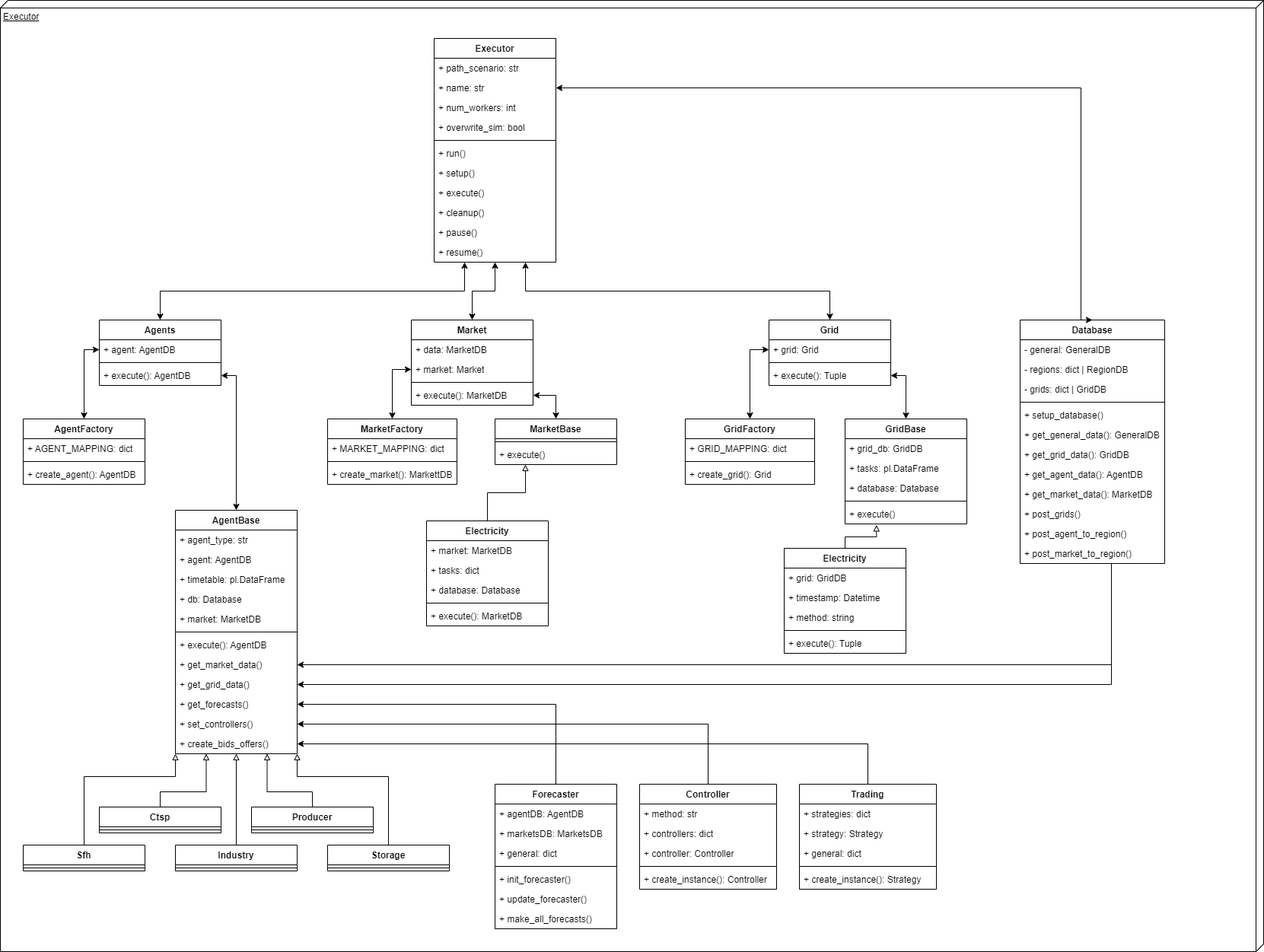
Earlier version of the draw.io export docs/img/Executor.drawio.png (tum-ens/HAMLET). Source tidied: cells renumbered, new cells last; positions are measured from the earlier drawing's top-left corner, leaving out a move shared by most shapes.
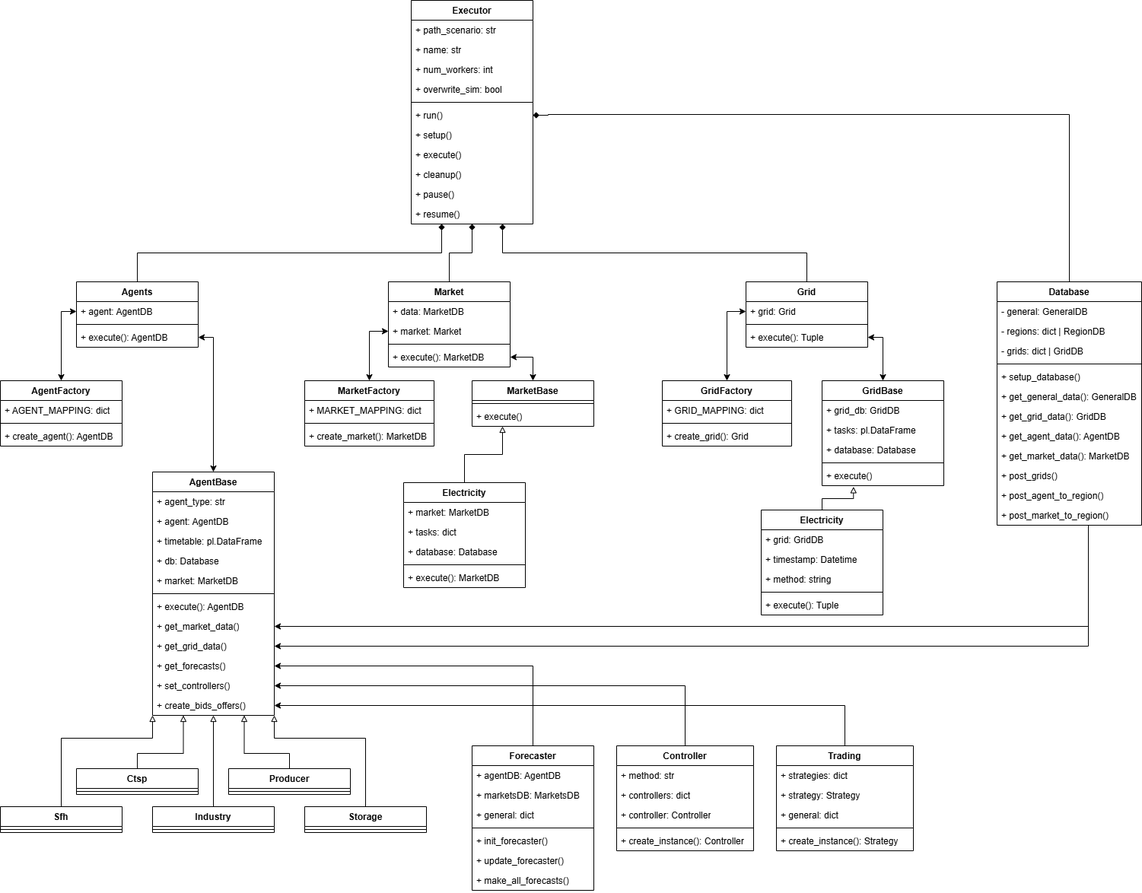
The same diagram one commit later.

Commit message:
Update architecture diagrams

Diff of the diagram source:
```diff
@@ -2,9 +2,6 @@
   <root>
     <mxCell id="0" />
     <mxCell id="1" parent="0" />
-    <mxCell id="2" value="Executor" style="verticalAlign=top;align=left;spacingTop=8;spacingLeft=2;spacingRight=12;shape=cube;size=10;direction=south;fontStyle=4;html=1;whiteSpace=wrap;" parent="1" vertex="1">
-      <mxGeometry width="1660" height="1250" as="geometry" />
-    </mxCell>
     <mxCell id="3" value="Executor" style="swimlane;fontStyle=1;align=center;verticalAlign=top;horizontal=1;startSize=26;whiteSpace=wrap;html=1;" parent="1" vertex="1">
       <mxGeometry x="570" y="50" width="160" height="294" as="geometry" />
     </mxCell>
@@ -119,20 +116,21 @@
     <mxCell id="40" value="+ post_market_to_region()" style="text;strokeColor=none;fillColor=none;align=left;verticalAlign=top;spacingLeft=4;spacingRight=4;overflow=hidden;whiteSpace=wrap;html=1;" parent="28" vertex="1">
       <mxGeometry y="294" width="190" height="26" as="geometry" />
     </mxCell>
-    <mxCell id="41" style="endArrow=classic;startArrow=classic;html=1;rounded=0;exitX=1;exitY=0.5;exitDx=0;exitDy=0;edgeStyle=orthogonalEdgeStyle;entryX=0.5;entryY=0;entryDx=0;entryDy=0;" parent="1" edge="1" source="5" target="28">
+    <mxCell id="41" style="endArrow=none;startArrow=diamond;html=1;rounded=0;exitX=1;exitY=0.5;exitDx=0;exitDy=0;edgeStyle=orthogonalEdgeStyle;startFill=1;" parent="1" edge="1" source="9" target="28">
       <mxGeometry relative="1" as="geometry">
         <Array as="points">
-          <mxPoint x="1420" y="115" />
+          <mxPoint x="750" y="201" />
+          <mxPoint x="1440" y="200" />
         </Array>
       </mxGeometry>
     </mxCell>
-    <mxCell id="42" style="endArrow=classic;startArrow=classic;html=1;rounded=0;entryX=0.25;entryY=1;entryDx=0;entryDy=0;exitX=0.5;exitY=0;exitDx=0;exitDy=0;edgeStyle=orthogonalEdgeStyle;" parent="1" edge="1" source="15" target="3">
+    <mxCell id="42" style="endArrow=diamond;startArrow=none;html=1;rounded=0;entryX=0.25;entryY=1;entryDx=0;entryDy=0;exitX=0.5;exitY=0;exitDx=0;exitDy=0;edgeStyle=orthogonalEdgeStyle;startFill=0;endFill=1;" parent="1" edge="1" source="15" target="3">
       <mxGeometry relative="1" as="geometry" />
     </mxCell>
-    <mxCell id="43" style="endArrow=classic;startArrow=classic;html=1;rounded=0;exitX=0.5;exitY=0;exitDx=0;exitDy=0;entryX=0.5;entryY=1;entryDx=0;entryDy=0;edgeStyle=elbowEdgeStyle;elbow=vertical;" parent="1" edge="1" source="19" target="3">
+    <mxCell id="43" style="endArrow=diamond;startArrow=none;html=1;rounded=0;exitX=0.5;exitY=0;exitDx=0;exitDy=0;entryX=0.5;entryY=1;entryDx=0;entryDy=0;edgeStyle=elbowEdgeStyle;elbow=vertical;startFill=0;endFill=1;" parent="1" edge="1" source="19" target="3">
       <mxGeometry relative="1" as="geometry" />
     </mxCell>
-    <mxCell id="44" style="endArrow=classic;startArrow=classic;html=1;rounded=0;exitX=0.5;exitY=0;exitDx=0;exitDy=0;edgeStyle=elbowEdgeStyle;elbow=vertical;entryX=0.75;entryY=1;entryDx=0;entryDy=0;" parent="1" edge="1" source="24" target="3">
+    <mxCell id="44" style="endArrow=diamond;startArrow=none;html=1;rounded=0;exitX=0.5;exitY=0;exitDx=0;exitDy=0;edgeStyle=elbowEdgeStyle;elbow=vertical;entryX=0.75;entryY=1;entryDx=0;entryDy=0;startFill=0;endFill=1;" parent="1" edge="1" source="24" target="3">
       <mxGeometry relative="1" as="geometry" />
     </mxCell>
     <mxCell id="45" style="endArrow=classic;html=1;rounded=0;edgeStyle=elbowEdgeStyle;noJump=0;entryX=1;entryY=0.5;entryDx=0;entryDy=0;" parent="1" edge="1" target="59">
@@ -364,7 +362,7 @@
     <mxCell id="106" style="line;strokeWidth=1;fillColor=none;align=left;verticalAlign=middle;spacingTop=-1;spacingLeft=3;spacingRight=3;labelPosition=right;strokeColor=inherit;" parent="104" vertex="1">
       <mxGeometry y="52" width="170" height="8" as="geometry" />
     </mxCell>
-    <mxCell id="107" value="+ create_market(): MarkettDB" style="text;strokeColor=none;fillColor=none;align=left;verticalAlign=top;spacingLeft=4;spacingRight=4;overflow=hidden;whiteSpace=wrap;html=1;" parent="104" vertex="1">
+    <mxCell id="107" value="+ create_market(): MarketDB" style="text;strokeColor=none;fillColor=none;align=left;verticalAlign=top;spacingLeft=4;spacingRight=4;overflow=hidden;whiteSpace=wrap;html=1;" parent="104" vertex="1">
       <mxGeometry y="60" width="170" height="26" as="geometry" />
     </mxCell>
     <mxCell id="108" style="endArrow=classic;startArrow=classic;html=1;rounded=0;entryX=0;entryY=0.5;entryDx=0;entryDy=0;exitX=0.5;exitY=0;exitDx=0;exitDy=0;edgeStyle=orthogonalEdgeStyle;" parent="1" edge="1" source="104" target="21">
```
